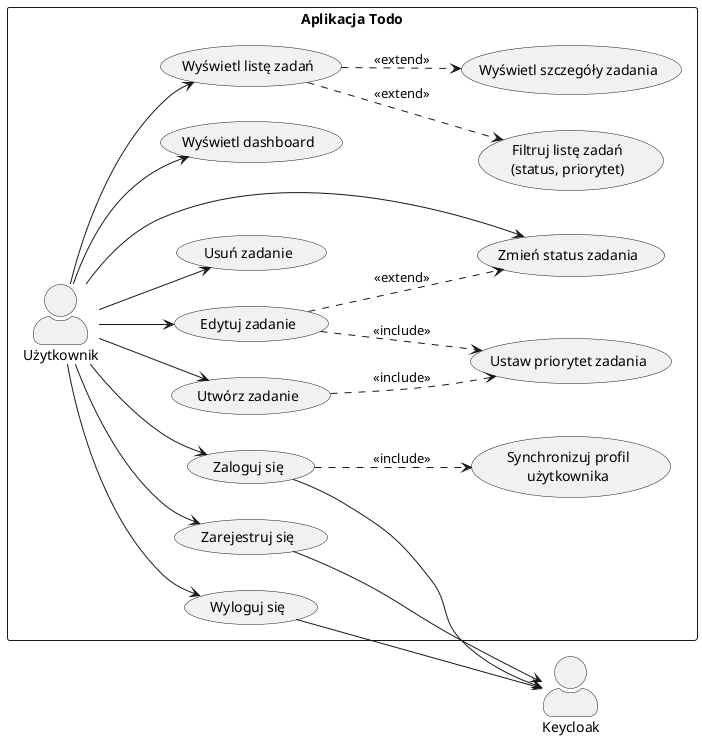
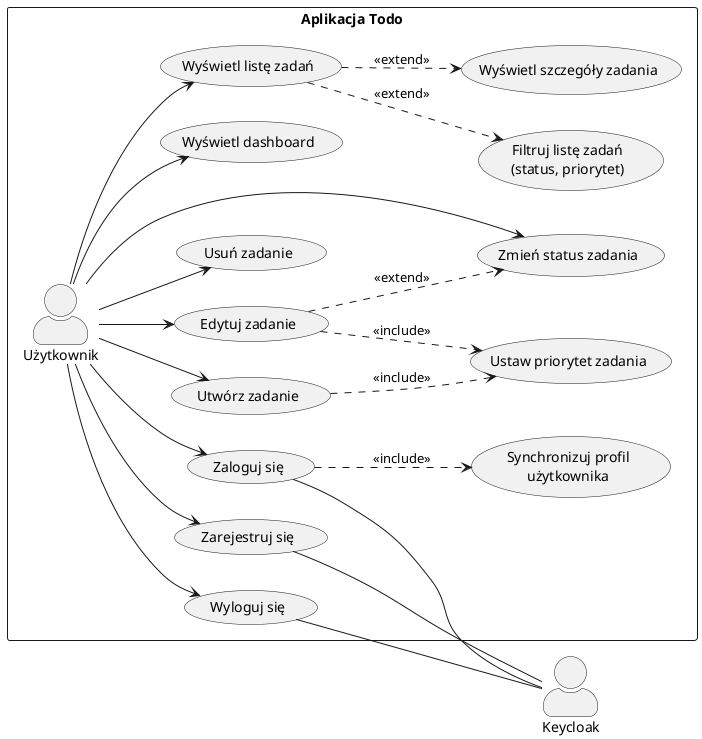
@startuml
left to right direction
skinparam actorStyle awesome
skinparam packageStyle rectangle

actor "Keycloak" as KC

rectangle "Aplikacja Todo" {
    actor "Użytkownik" as User

    usecase "Zaloguj się" as UC1
    usecase "Zarejestruj się" as UC2
    usecase "Wyloguj się" as UC3
    usecase "Utwórz zadanie" as UC4
    usecase "Edytuj zadanie" as UC5
    usecase "Usuń zadanie" as UC6
    usecase "Wyświetl listę zadań" as UC7
    usecase "Filtruj listę zadań\n(status, priorytet)" as UC8
    usecase "Wyświetl dashboard" as UC11
    usecase "Wyświetl szczegóły zadania" as UC12
    usecase "Zmień status zadania" as UC13
    usecase "Ustaw priorytet zadania" as UC14
    usecase "Synchronizuj profil\nużytkownika" as UC15

    UC4 ..> UC14 : <<include>>
    UC5 ..> UC14 : <<include>>
    UC5 ..> UC13 : <<extend>>
    UC7 ..> UC8 : <<extend>>
    UC7 ..> UC12 : <<extend>>
    UC1 ..> UC15 : <<include>>
}

User --> UC1
User --> UC2
User --> UC3
User --> UC4
User --> UC5
User --> UC6
User --> UC7
User --> UC11
User --> UC13

- UC1 --> KC
- UC2 --> KC
- UC3 --> KC
+ UC1 -- KC
+ UC2 -- KC
+ UC3 -- KC

@enduml
